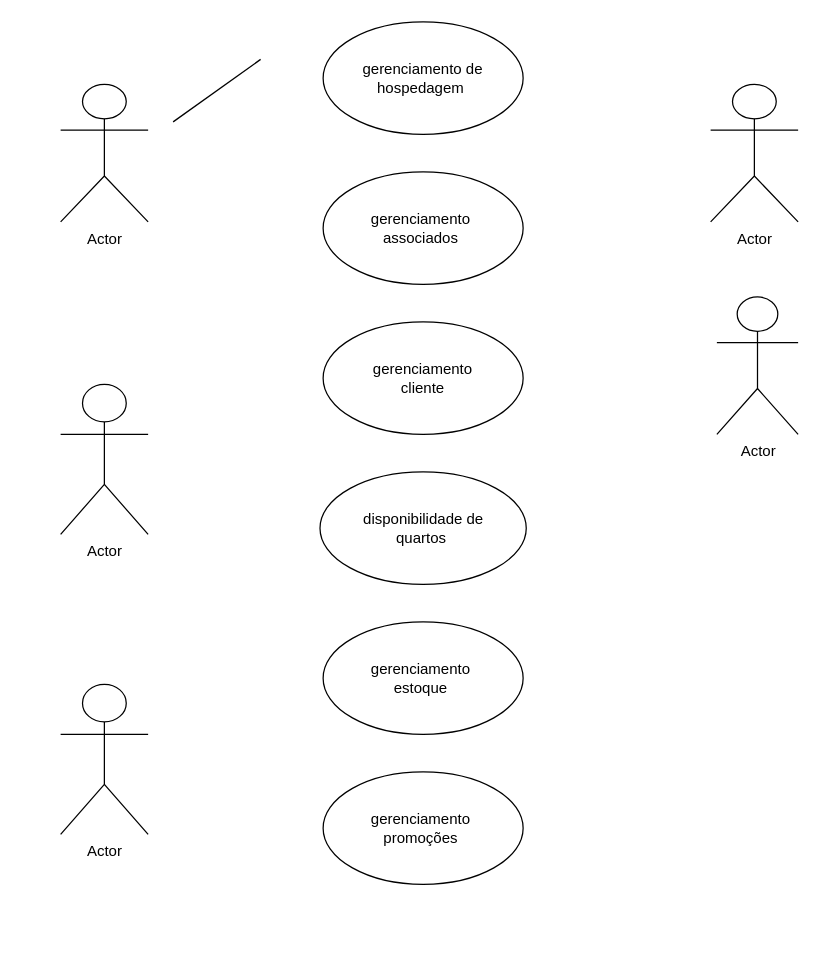
Earlier version of the draw.io diagram page "Página-4" (4 of 5) of Diagramaaula.drawio (anacarolinaetchepare/diagramasderequisitos). Source tidied: cells renumbered, new cells numbered last; positions are measured from the earlier drawing's top-left corner, leaving out a move shared by most shapes. Both pictures are drawn from the tidied source at 125%, with x=0, y=0 at pixel (60, 21).
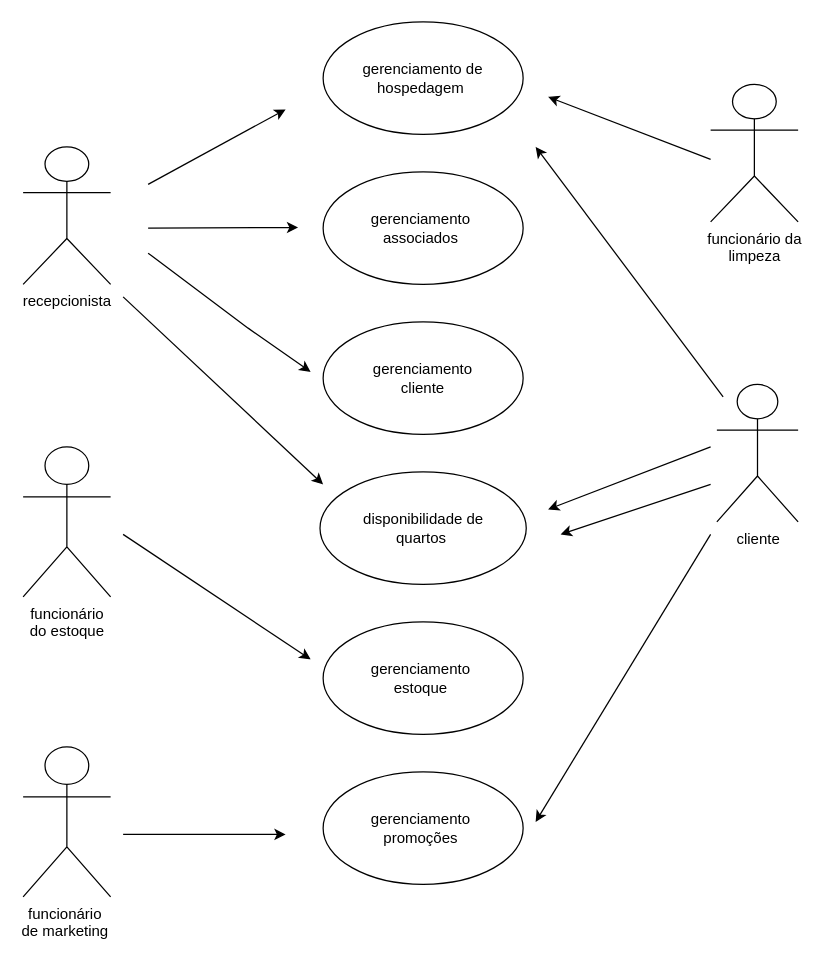
The same page after the edit.

Change to the diagram source:
```diff
@@
-    <mxCell id="2" value="Actor" style="shape=umlActor;verticalLabelPosition=bottom;verticalAlign=top;html=1;" parent="1" vertex="1">
-      <mxGeometry y="50" width="70" height="110" as="geometry" />
+    <mxCell id="2" value="recepcionista" style="shape=umlActor;verticalLabelPosition=bottom;verticalAlign=top;html=1;" parent="1" vertex="1">
+      <mxGeometry x="-30" y="100" width="70" height="110" as="geometry" />
     </mxCell>
-    <mxCell id="3" value="Actor" style="shape=umlActor;verticalLabelPosition=bottom;verticalAlign=top;html=1;" parent="1" vertex="1">
-      <mxGeometry y="290" width="70" height="120" as="geometry" />
+    <mxCell id="3" value="funcionário&lt;div&gt;do estoque&lt;/div&gt;" style="shape=umlActor;verticalLabelPosition=bottom;verticalAlign=top;html=1;" parent="1" vertex="1">
+      <mxGeometry x="-30" y="340" width="70" height="120" as="geometry" />
     </mxCell>
-    <mxCell id="4" value="Actor" style="shape=umlActor;verticalLabelPosition=bottom;verticalAlign=top;html=1;" parent="1" vertex="1">
-      <mxGeometry y="530" width="70" height="120" as="geometry" />
+    <mxCell id="4" value="funcionário&amp;nbsp;&lt;div&gt;de marketing&amp;nbsp;&lt;/div&gt;" style="shape=umlActor;verticalLabelPosition=bottom;verticalAlign=top;html=1;" parent="1" vertex="1">
+      <mxGeometry x="-30" y="580" width="70" height="120" as="geometry" />
     </mxCell>
-    <mxCell id="5" style="endArrow=none;html=1;rounded=0;" parent="1" edge="1">
-      <mxGeometry relative="1" as="geometry">
-        <mxPoint x="90" y="80" as="sourcePoint" />
-        <mxPoint x="160" y="30" as="targetPoint" />
-      </mxGeometry>
-    </mxCell>
@@
-    <mxCell id="12" value="Actor" style="shape=umlActor;verticalLabelPosition=bottom;verticalAlign=top;html=1;" parent="1" vertex="1">
+    <mxCell id="12" value="funcionário da&lt;div&gt;limpeza&lt;/div&gt;" style="shape=umlActor;verticalLabelPosition=bottom;verticalAlign=top;html=1;" parent="1" vertex="1">
       <mxGeometry x="520" y="50" width="70" height="110" as="geometry" />
     </mxCell>
-    <mxCell id="13" value="Actor" style="shape=umlActor;verticalLabelPosition=bottom;verticalAlign=top;html=1;" parent="1" vertex="1">
-      <mxGeometry x="525" y="220" width="65" height="110" as="geometry" />
+    <mxCell id="13" value="cliente" style="shape=umlActor;verticalLabelPosition=bottom;verticalAlign=top;html=1;" parent="1" vertex="1">
+      <mxGeometry x="525" y="290" width="65" height="110" as="geometry" />
     </mxCell>
+    <mxCell id="14" style="endArrow=classic;html=1;rounded=0;" parent="1" edge="1">
+      <mxGeometry relative="1" as="geometry">
+        <mxPoint x="50" y="220" as="sourcePoint" />
+        <mxPoint x="210" y="370" as="targetPoint" />
+      </mxGeometry>
+    </mxCell>
+    <mxCell id="15" style="endArrow=classic;html=1;rounded=0;" parent="1" edge="1">
+      <mxGeometry relative="1" as="geometry">
+        <mxPoint x="70" y="185" as="sourcePoint" />
+        <mxPoint x="200" y="280" as="targetPoint" />
+        <Array as="points">
+          <mxPoint x="150" y="245" />
+        </Array>
+      </mxGeometry>
+    </mxCell>
+    <mxCell id="16" style="endArrow=classic;html=1;rounded=0;" parent="1" edge="1">
+      <mxGeometry relative="1" as="geometry">
+        <mxPoint x="70" y="165" as="sourcePoint" />
+        <mxPoint x="190" y="164.5" as="targetPoint" />
+      </mxGeometry>
+    </mxCell>
+    <mxCell id="17" style="endArrow=classic;html=1;rounded=0;" parent="1" edge="1">
+      <mxGeometry relative="1" as="geometry">
+        <mxPoint x="70" y="130" as="sourcePoint" />
+        <mxPoint x="180" y="70" as="targetPoint" />
+      </mxGeometry>
+    </mxCell>
+    <mxCell id="18" style="endArrow=classic;html=1;rounded=0;" parent="1" edge="1">
+      <mxGeometry relative="1" as="geometry">
+        <mxPoint x="50" y="410" as="sourcePoint" />
+        <mxPoint x="200" y="510" as="targetPoint" />
+      </mxGeometry>
+    </mxCell>
+    <mxCell id="19" style="endArrow=classic;html=1;rounded=0;" parent="1" edge="1">
+      <mxGeometry relative="1" as="geometry">
+        <mxPoint x="50" y="650" as="sourcePoint" />
+        <mxPoint x="180" y="650" as="targetPoint" />
+      </mxGeometry>
+    </mxCell>
+    <mxCell id="20" style="endArrow=classic;html=1;rounded=0;" parent="1" edge="1">
+      <mxGeometry relative="1" as="geometry">
+        <mxPoint x="520" y="110" as="sourcePoint" />
+        <mxPoint x="390" y="60" as="targetPoint" />
+      </mxGeometry>
+    </mxCell>
+    <mxCell id="21" style="endArrow=classic;html=1;rounded=0;" parent="1" edge="1">
+      <mxGeometry relative="1" as="geometry">
+        <mxPoint x="530" y="300" as="sourcePoint" />
+        <mxPoint x="380" y="100" as="targetPoint" />
+      </mxGeometry>
+    </mxCell>
+    <mxCell id="22" style="endArrow=classic;html=1;rounded=0;" parent="1" edge="1">
+      <mxGeometry relative="1" as="geometry">
+        <mxPoint x="520" y="340" as="sourcePoint" />
+        <mxPoint x="390" y="390" as="targetPoint" />
+      </mxGeometry>
+    </mxCell>
+    <mxCell id="23" style="endArrow=classic;html=1;rounded=0;" parent="1" edge="1">
+      <mxGeometry relative="1" as="geometry">
+        <mxPoint x="520" y="410" as="sourcePoint" />
+        <mxPoint x="380" y="640" as="targetPoint" />
+      </mxGeometry>
+    </mxCell>
+    <mxCell id="24" style="endArrow=classic;html=1;rounded=0;" parent="1" edge="1">
+      <mxGeometry relative="1" as="geometry">
+        <mxPoint x="520" y="370" as="sourcePoint" />
+        <mxPoint x="400" y="410" as="targetPoint" />
+      </mxGeometry>
+    </mxCell>
```
